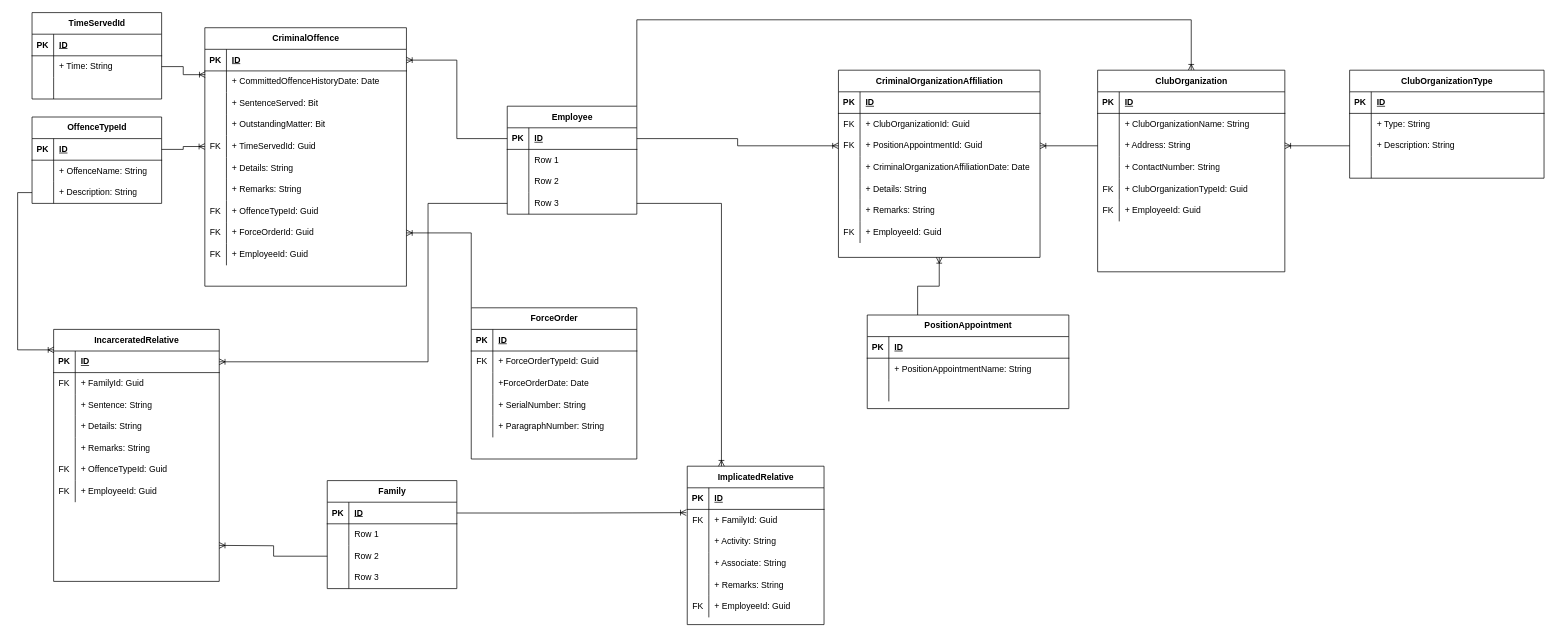
ResearchAndDevelopmentSignal/GDFHRMSDesignDocs keeps this draw.io diagram as page "Criminal Offence" (5 of 5) of GDFHrmsDesignDocs.drawio. Above is the earlier version. Source tidied: cells renumbered, new cells numbered last; positions are measured from the earlier drawing's top-left corner, leaving out a move shared by most shapes. Both pictures are drawn from the tidied source at 72%, with x=0, y=0 at pixel (32, 12).
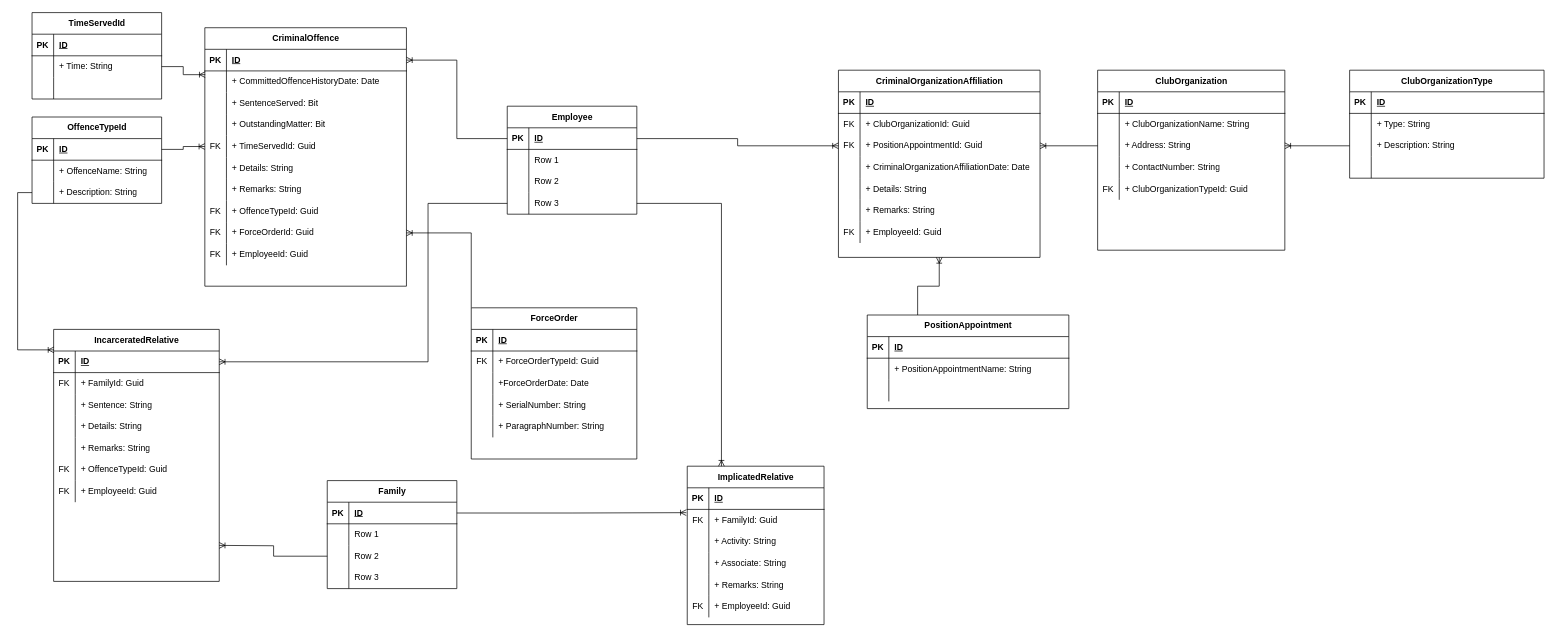
The same page after the edit.

The change refers to these unchanged cells:
```xml
<mxCell id="20" value="Employee" style="shape=table;startSize=30;childLayout=tableLayout;rowLines=0;fontStyle=1;align=center;html=1;" parent="1" vertex="1">
  <mxGeometry x="660" y="130" width="180" height="150" as="geometry" />
</mxCell>
```

What changed in the source:
```diff
@@
-    <mxCell id="19" style="edgeStyle=orthogonalEdgeStyle;rounded=0;jettySize=auto;html=1;exitX=1;exitY=0;exitDx=0;exitDy=0;entryX=0.5;entryY=0;entryDx=0;entryDy=0;endArrow=ERoneToMany;endFill=0;" parent="1" edge="1" source="20" target="168">
-      <mxGeometry relative="1" as="geometry">
-        <Array as="points">
-          <mxPoint x="840" y="10" />
-          <mxPoint x="1610" y="10" />
-        </Array>
-      </mxGeometry>
-    </mxCell>
@@
     <mxCell id="168" value="ClubOrganization" style="shape=table;startSize=30;childLayout=tableLayout;rowLines=0;fontStyle=1;align=center;html=1;" parent="1" vertex="1">
-      <mxGeometry x="1480" y="80" width="260" height="280" as="geometry" />
+      <mxGeometry x="1480" y="80" width="260" height="250" as="geometry" />
     </mxCell>
@@
-    <mxCell id="184" style="shape=tableRow;horizontal=0;startSize=0;swimlaneHead=0;swimlaneBody=0;fillColor=none;top=0;left=0;right=0;bottom=0;" parent="168" vertex="1">
-      <mxGeometry y="180" width="260" height="30" as="geometry" />
-    </mxCell>
-    <mxCell id="185" value="FK" style="shape=partialRectangle;fillColor=none;top=0;left=0;bottom=0;right=0;overflow=hidden;whiteSpace=wrap;html=1;" parent="184" vertex="1">
-      <mxGeometry width="30" height="30" as="geometry" />
-    </mxCell>
-    <mxCell id="186" value="+ EmployeeId: Guid" style="shape=partialRectangle;fillColor=none;top=0;left=0;bottom=0;right=0;align=left;spacingLeft=6;overflow=hidden;whiteSpace=wrap;html=1;" parent="184" vertex="1">
-      <mxGeometry x="30" width="230" height="30" as="geometry" />
-    </mxCell>
```
